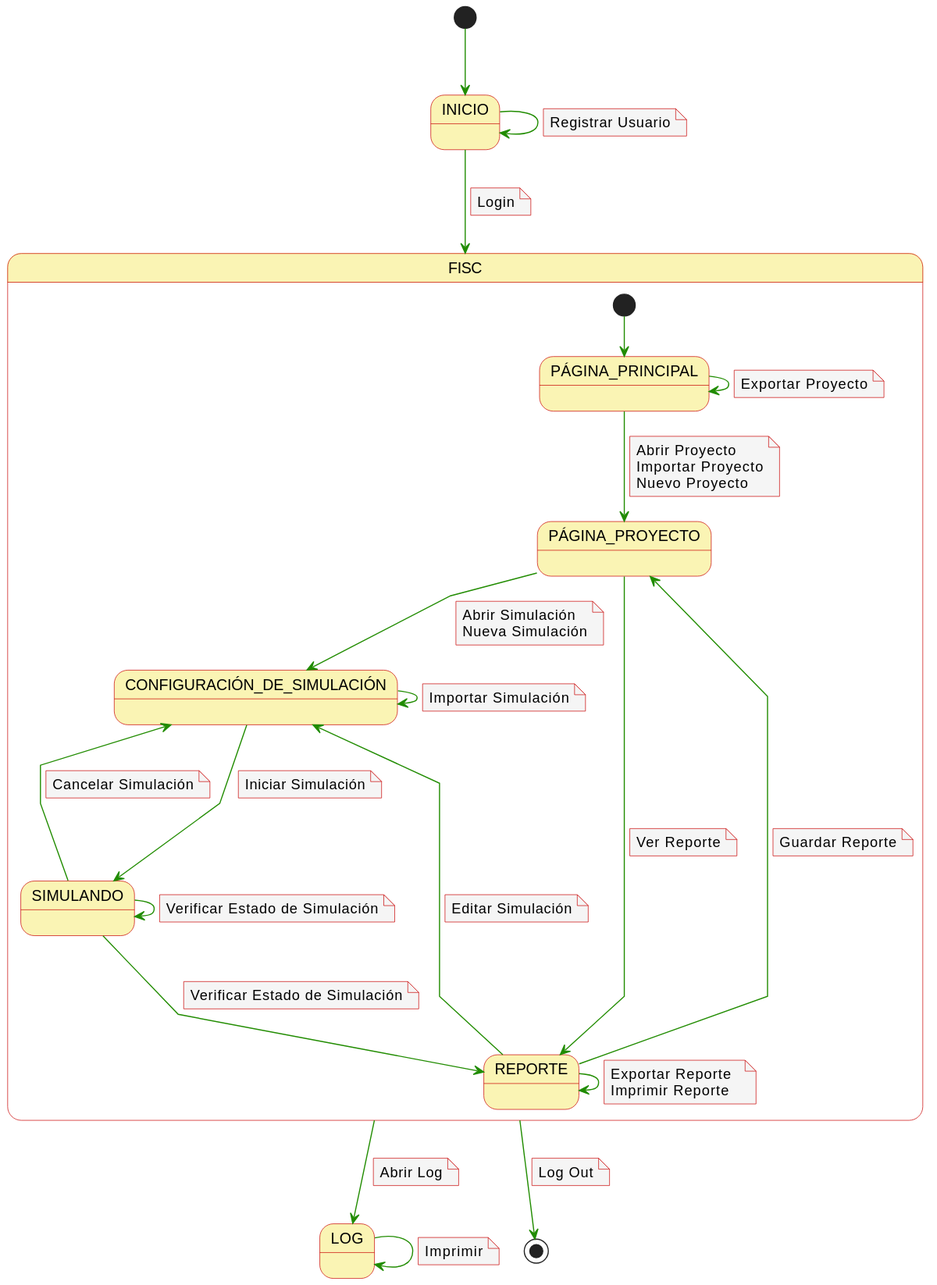
This is imagenes/casosDeUso/diagramaContexto.svg from mmasias/23-24-IdSw1-SDR, a PlantUML export, as it was before one commit.
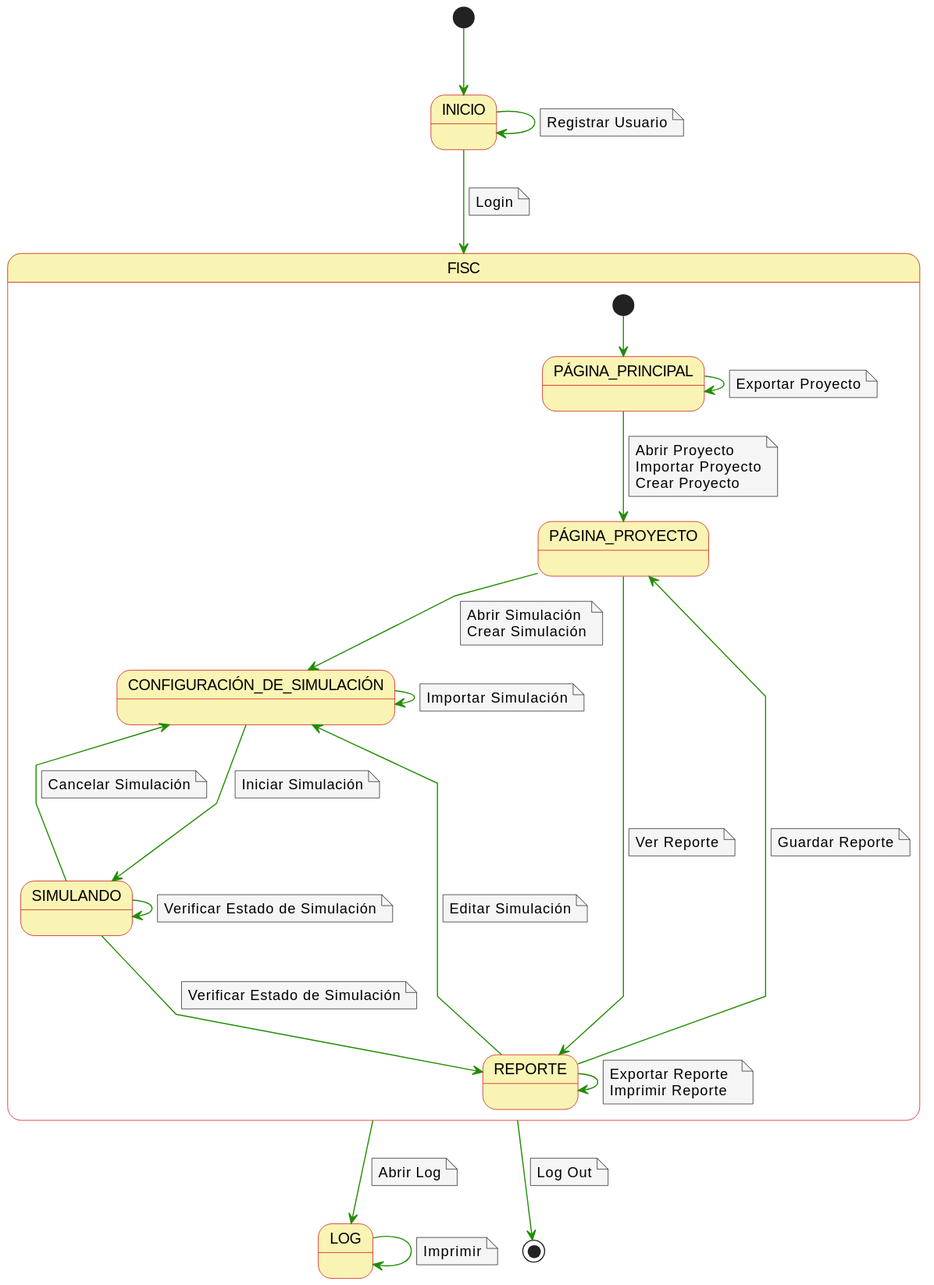
The same diagram one commit later.

Commit message:
Arreglo contexto

What changed in the source:
```diff
@@ -25,7 +25,7 @@
 note on link
   Abrir Proyecto
   Importar Proyecto
-  Nuevo Proyecto
+  Crear Proyecto
 end note
 
 PÁGINA_PRINCIPAL-d-> PÁGINA_PRINCIPAL
@@ -36,7 +36,7 @@
 PÁGINA_PROYECTO-d-> CONFIGURACIÓN_DE_SIMULACIÓN
 note on link
   Abrir Simulación
-  Nueva Simulación
+  Crear Simulación
 end note
 PÁGINA_PROYECTO---> REPORTE
 note on link
```
